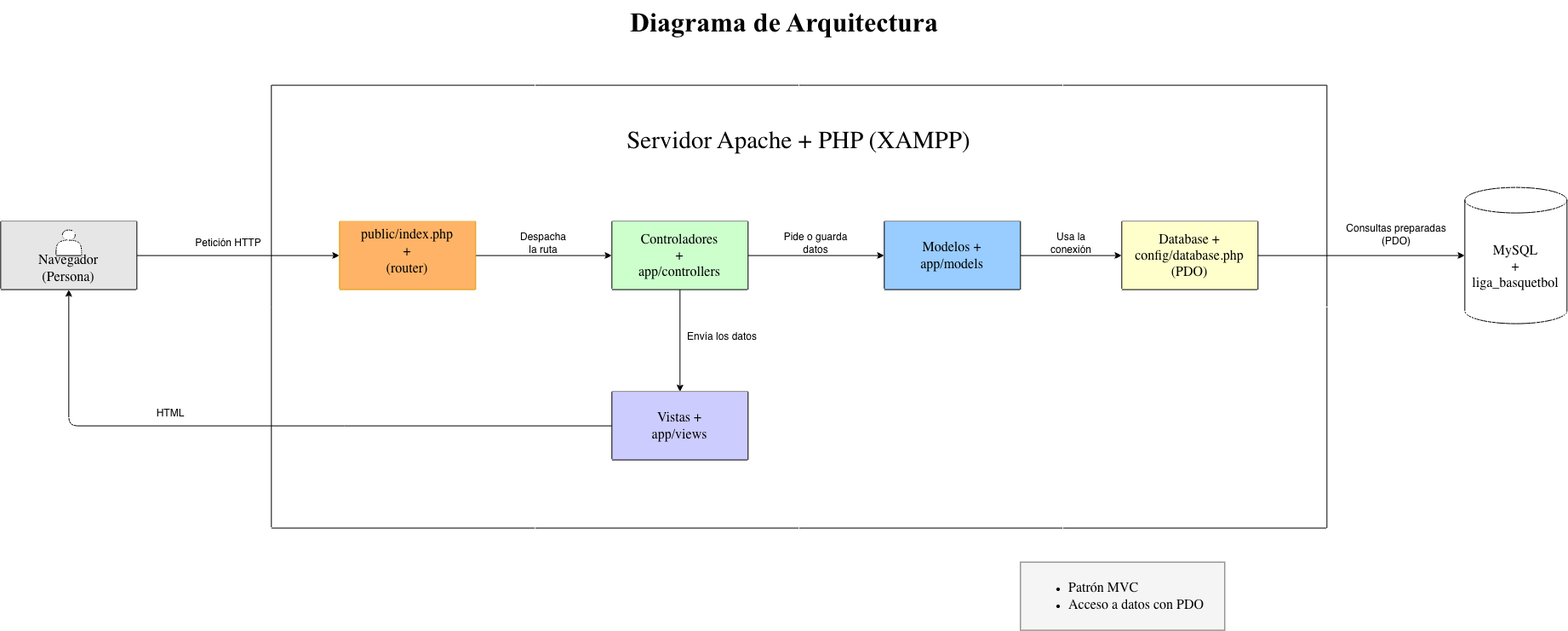
The draw.io diagram doc/diagramas/08_arquitectura.drawio.png in 202312505e-sys/liga-basquetball, before a commit. Source tidied: cells renumbered, new cells last; positions are measured from the earlier drawing's top-left corner, leaving out a move shared by most shapes.
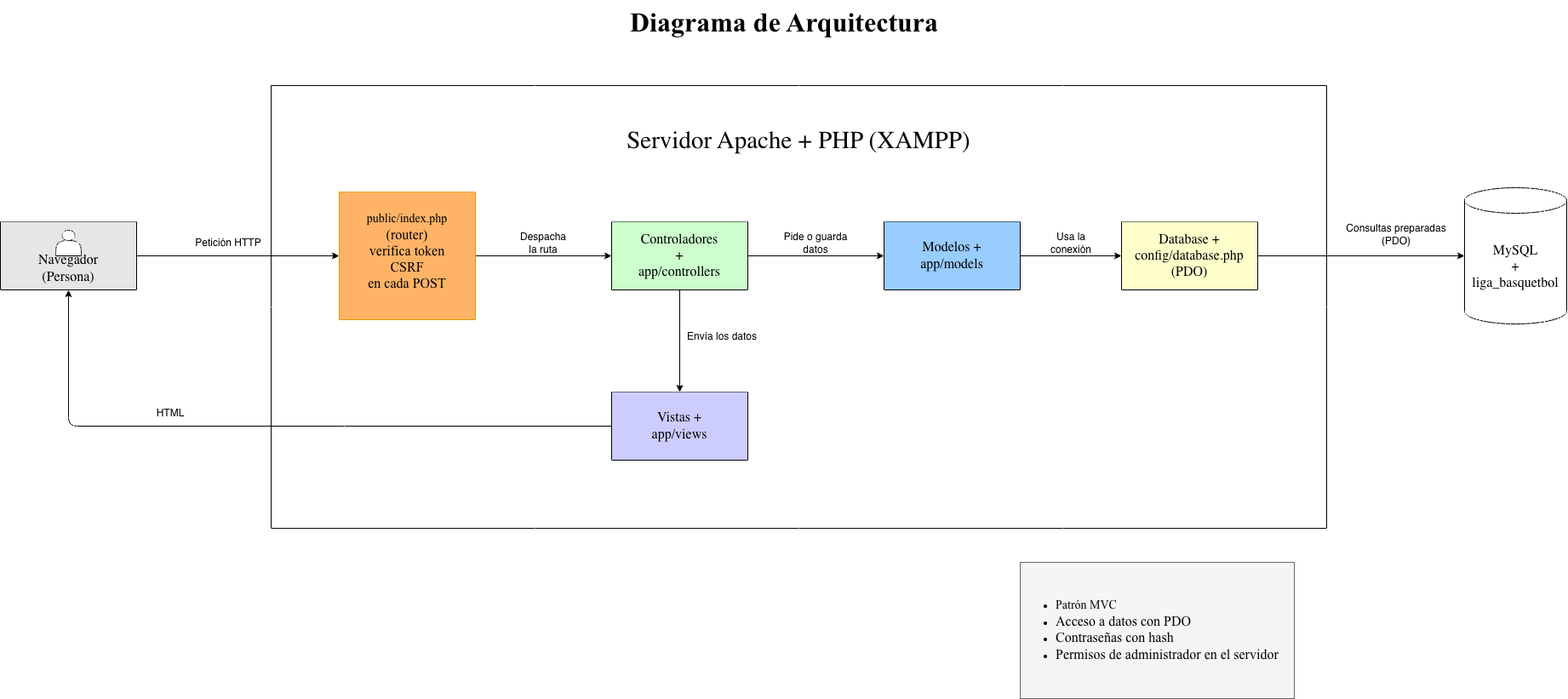
After the commit.

Commit message:
Actualiza diagrama de arquitectura con verificación de token CSRF

The edit, as a diff of the source:
```diff
@@ -3,7 +3,7 @@
     <mxCell id="0" />
     <mxCell id="1" parent="0" />
     <mxCell id="2" style="rounded=0;whiteSpace=wrap;html=1;fillColor=#f5f5f5;fontColor=#333333;strokeColor=#666666;" parent="1" vertex="1">
-      <mxGeometry x="1198" y="660" width="240" height="80" as="geometry" />
+      <mxGeometry x="1198" y="660" width="322" height="160" as="geometry" />
     </mxCell>
     <mxCell id="3" style="swimlane;startSize=0;fillColor=none;swimlaneFillColor=none;" parent="1" vertex="1">
       <mxGeometry x="318" y="100" width="1240" height="520" as="geometry" />
@@ -36,14 +36,11 @@
       <mxGeometry relative="1" as="geometry" />
     </mxCell>
     <mxCell id="13" style="swimlane;startSize=0;labelBackgroundColor=#FFB366;labelBorderColor=none;textShadow=0;fillColor=#FFB366;strokeColor=#d79b00;swimlaneFillColor=#FFB366;" parent="3" vertex="1">
-      <mxGeometry x="80" y="160" width="160" height="80" as="geometry" />
+      <mxGeometry x="80" y="125" width="160" height="150" as="geometry" />
     </mxCell>
-    <mxCell id="14" value="&lt;span style=&quot;caret-color: rgb(0, 0, 0); color: rgb(0, 0, 0); font-family: -webkit-standard; font-size: medium; font-style: normal; font-variant-caps: normal; font-weight: 400; letter-spacing: normal; text-align: start; text-indent: 0px; text-transform: none; white-space: normal; word-spacing: 0px; -webkit-text-stroke-width: 0px; text-decoration: none; float: none; display: inline !important;&quot;&gt;public/index.php&lt;/span&gt;&lt;div&gt;&lt;span style=&quot;caret-color: rgb(0, 0, 0); color: rgb(0, 0, 0); font-family: -webkit-standard; font-size: medium; font-style: normal; font-variant-caps: normal; font-weight: 400; letter-spacing: normal; text-align: start; text-indent: 0px; text-transform: none; white-space: normal; word-spacing: 0px; -webkit-text-stroke-width: 0px; text-decoration: none; float: none; display: inline !important;&quot;&gt;+&lt;/span&gt;&lt;/div&gt;" style="text;html=1;whiteSpace=wrap;strokeColor=none;fillColor=none;align=center;verticalAlign=middle;rounded=0;" parent="13" vertex="1">
-      <mxGeometry x="50" y="10" width="60" height="30" as="geometry" />
-    </mxCell>
-    <mxCell id="15" value="&lt;span style=&quot;caret-color: rgb(0, 0, 0); color: rgb(0, 0, 0); font-family: -webkit-standard; font-size: medium; text-align: start;&quot;&gt;(router)&lt;/span&gt;" style="text;html=1;whiteSpace=wrap;strokeColor=none;fillColor=none;align=center;verticalAlign=middle;rounded=0;" parent="13" vertex="1">
-      <mxGeometry x="50" y="40" width="60" height="30" as="geometry" />
-    </mxCell>
+    <mxCell id="36" value="&lt;div&gt;&lt;font color=&quot;#000000&quot; face=&quot;Times New Roman&quot; style=&quot;font-size: 14px;&quot;&gt;public/index.php&lt;/font&gt;&lt;/div&gt;&lt;div&gt;&lt;font color=&quot;#000000&quot; face=&quot;Times New Roman&quot; size=&quot;3&quot;&gt;(router)&lt;/font&gt;&lt;/div&gt;&lt;div&gt;&lt;font color=&quot;#000000&quot; face=&quot;Times New Roman&quot; size=&quot;3&quot;&gt;verifica token CSRF&lt;/font&gt;&lt;/div&gt;&lt;div&gt;&lt;font color=&quot;#000000&quot; face=&quot;Times New Roman&quot; size=&quot;3&quot;&gt;en cada POST&lt;/font&gt;&lt;/div&gt;" style="text;html=1;whiteSpace=wrap;strokeColor=none;fillColor=none;align=center;verticalAlign=middle;rounded=0;" parent="13" vertex="1">
+      <mxGeometry x="20" y="25" width="120" height="90" as="geometry" />
+    </mxCell>
     <mxCell id="16" style="edgeStyle=none;html=1;entryX=0;entryY=0.5;entryDx=0;entryDy=0;exitX=1;exitY=0.5;exitDx=0;exitDy=0;" parent="3" edge="1" source="17" target="8">
       <mxGeometry relative="1" as="geometry" />
     </mxCell>
@@ -83,8 +80,8 @@
     <mxCell id="28" value="&lt;span style=&quot;caret-color: rgb(0, 0, 0); color: rgb(0, 0, 0); font-family: -webkit-standard; font-size: medium; text-align: start;&quot;&gt;MySQL&lt;/span&gt;&lt;div&gt;&lt;span style=&quot;caret-color: rgb(0, 0, 0); color: rgb(0, 0, 0); font-family: -webkit-standard; font-size: medium; text-align: start;&quot;&gt;+&lt;/span&gt;&lt;/div&gt;&lt;div&gt;&lt;span style=&quot;caret-color: rgb(0, 0, 0); color: rgb(0, 0, 0); font-family: -webkit-standard; font-size: medium; text-align: start;&quot;&gt;liga_basquetbol&lt;/span&gt;&lt;/div&gt;" style="shape=cylinder3;whiteSpace=wrap;html=1;boundedLbl=1;backgroundOutline=1;size=15;swimlaneFillColor=#CCCCCC;fillColor=none;" parent="1" vertex="1">
       <mxGeometry x="1720" y="220" width="120" height="160" as="geometry" />
     </mxCell>
-    <mxCell id="29" value="&lt;ul&gt;&lt;li&gt;&lt;span style=&quot;caret-color: rgb(0, 0, 0); color: rgb(0, 0, 0); font-family: -webkit-standard; font-size: medium;&quot;&gt;Patrón MVC&lt;/span&gt;&lt;/li&gt;&lt;li&gt;&lt;span style=&quot;caret-color: rgb(0, 0, 0); color: rgb(0, 0, 0); font-family: -webkit-standard; font-size: medium;&quot;&gt;Acceso a datos con PDO&lt;/span&gt;&lt;/li&gt;&lt;/ul&gt;" style="text;html=1;whiteSpace=wrap;strokeColor=none;fillColor=none;align=left;verticalAlign=middle;rounded=0;" parent="1" vertex="1">
-      <mxGeometry x="1213" y="685" width="210" height="30" as="geometry" />
+    <mxCell id="29" value="&lt;ul&gt;&lt;li&gt;&lt;span style=&quot;caret-color: rgb(0, 0, 0); color: rgb(0, 0, 0);&quot;&gt;&lt;font face=&quot;Times New Roman&quot; style=&quot;font-size: 14px;&quot;&gt;Patrón MVC&lt;/font&gt;&lt;/span&gt;&lt;/li&gt;&lt;li&gt;&lt;span style=&quot;caret-color: rgb(0, 0, 0); color: rgb(0, 0, 0);&quot;&gt;&lt;font face=&quot;Times New Roman&quot; size=&quot;3&quot;&gt;Acceso a datos con PDO&lt;/font&gt;&lt;/span&gt;&lt;/li&gt;&lt;li&gt;&lt;font size=&quot;3&quot; face=&quot;Times New Roman&quot;&gt;&lt;span style=&quot;caret-color: rgb(0, 0, 0);&quot;&gt;Contraseñas con hash&lt;/span&gt;&lt;/font&gt;&lt;/li&gt;&lt;li&gt;&lt;font size=&quot;3&quot; face=&quot;Times New Roman&quot;&gt;&lt;span style=&quot;caret-color: rgb(0, 0, 0);&quot;&gt;Permisos de administrador en el servidor&lt;/span&gt;&lt;/font&gt;&lt;/li&gt;&lt;/ul&gt;" style="text;html=1;whiteSpace=wrap;strokeColor=none;fillColor=none;align=left;verticalAlign=middle;rounded=0;" parent="1" vertex="1">
+      <mxGeometry x="1198" y="690" width="312" height="100" as="geometry" />
     </mxCell>
     <mxCell id="30" style="edgeStyle=orthogonalEdgeStyle;html=1;entryX=0.5;entryY=1;entryDx=0;entryDy=0;exitX=0;exitY=0.5;exitDx=0;exitDy=0;" parent="1" edge="1" source="10" target="25">
       <mxGeometry relative="1" as="geometry" />
```
